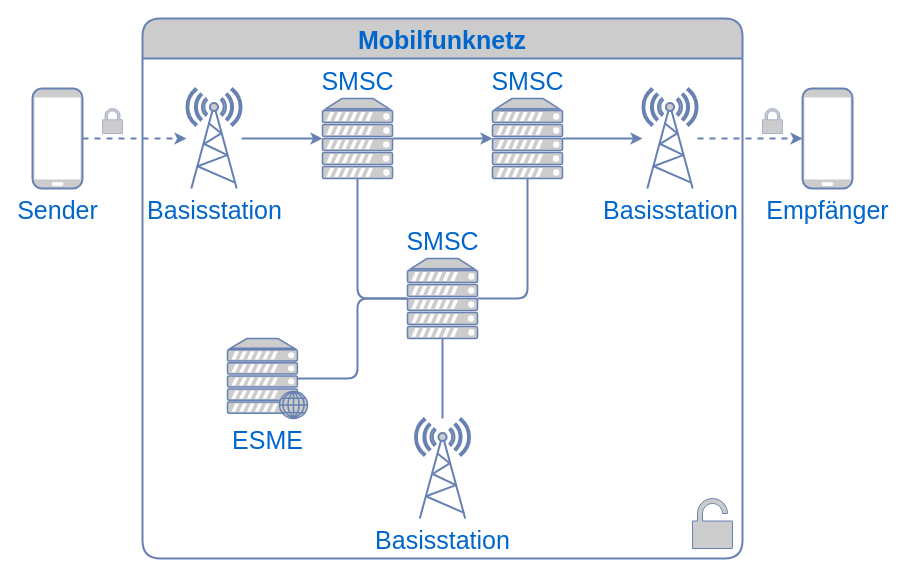
DavidOlbrz/LiteraturSeminarWS24-25 keeps this draw.io diagram as graphics/mobilfunknetz.drawio. Above is the earlier version. Source tidied: cells renumbered, new cells numbered last; positions are measured from the earlier drawing's top-left corner, leaving out a move shared by most shapes. Both pictures are drawn from the tidied source at 100%, with x=0, y=0 at pixel (32, 18).
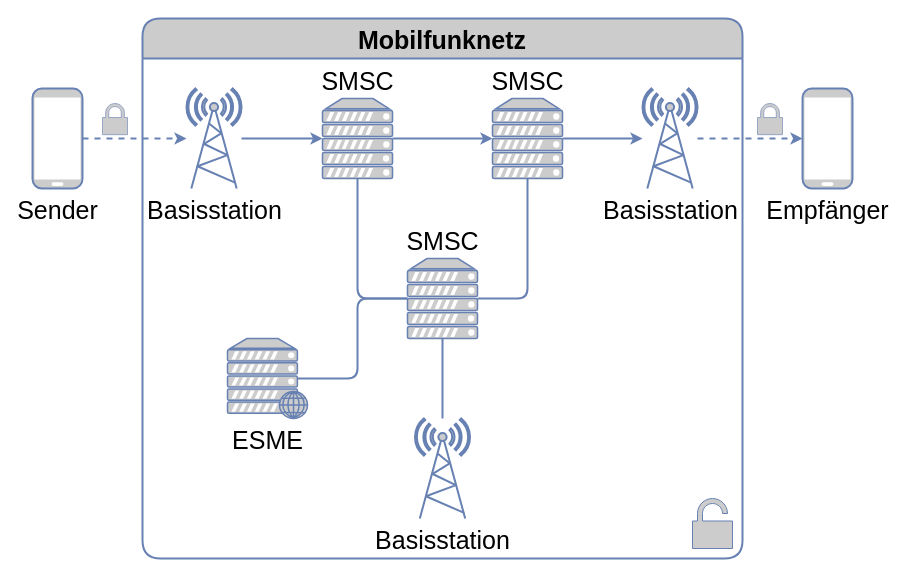
The same diagram, later.

Diff of the diagram source:
```diff
@@
-    <mxCell id="2" value="Mobilfunknetz" style="swimlane;whiteSpace=wrap;html=1;strokeColor=#6881B3;strokeWidth=2;align=center;verticalAlign=top;fontFamily=Helvetica;fontSize=25;fontColor=#0066CC;fillColor=#CCCCCC;gradientColor=none;gradientDirection=north;rounded=1;startSize=40;" parent="1" vertex="1">
+    <mxCell id="2" value="Mobilfunknetz" style="swimlane;whiteSpace=wrap;html=1;strokeColor=#6881B3;strokeWidth=2;align=center;verticalAlign=top;fontFamily=Helvetica;fontSize=25;fontColor=light-dark(#000000,#56AEFF);fillColor=#CCCCCC;gradientColor=none;gradientDirection=north;rounded=1;startSize=40;" parent="1" vertex="1">
       <mxGeometry x="110" width="600" height="540" as="geometry" />
     </mxCell>
@@
-    <mxCell id="4" value="ESME" style="fontColor=#0066CC;verticalAlign=top;verticalLabelPosition=bottom;labelPosition=center;align=center;html=1;outlineConnect=0;fillColor=#CCCCCC;strokeColor=#6881B3;gradientColor=none;gradientDirection=north;strokeWidth=2;shape=mxgraph.networks.web_server;fontSize=25;" parent="2" vertex="1">
+    <mxCell id="4" value="ESME" style="fontColor=light-dark(#000000, #56aeff);verticalAlign=top;verticalLabelPosition=bottom;labelPosition=center;align=center;html=1;outlineConnect=0;fillColor=#CCCCCC;strokeColor=#6881B3;gradientColor=none;gradientDirection=north;strokeWidth=2;shape=mxgraph.networks.web_server;fontSize=25;" parent="2" vertex="1">
       <mxGeometry x="85" y="320" width="80" height="80" as="geometry" />
     </mxCell>
@@
-    <mxCell id="6" value="Sender" style="verticalAlign=top;verticalLabelPosition=bottom;labelPosition=center;align=center;html=1;outlineConnect=0;gradientDirection=north;strokeWidth=2;shape=mxgraph.networks.mobile;labelBackgroundColor=none;strokeColor=#6881B3;fontFamily=Helvetica;fontSize=25;fontColor=#0066CC;fillColor=#CCCCCC;gradientColor=none;rounded=1;" parent="1" vertex="1">
+    <mxCell id="6" value="Sender" style="verticalAlign=top;verticalLabelPosition=bottom;labelPosition=center;align=center;html=1;outlineConnect=0;gradientDirection=north;strokeWidth=2;shape=mxgraph.networks.mobile;labelBackgroundColor=none;strokeColor=#6881B3;fontFamily=Helvetica;fontSize=25;fontColor=light-dark(#000000, #56aeff);fillColor=#CCCCCC;gradientColor=none;rounded=1;" parent="1" vertex="1">
       <mxGeometry y="70" width="50" height="100" as="geometry" />
     </mxCell>
-    <mxCell id="7" value="Empfänger" style="verticalAlign=top;verticalLabelPosition=bottom;labelPosition=center;align=center;html=1;outlineConnect=0;gradientDirection=north;strokeWidth=2;shape=mxgraph.networks.mobile;labelBackgroundColor=none;strokeColor=#6881B3;fontFamily=Helvetica;fontSize=25;fontColor=#0066CC;fillColor=#CCCCCC;gradientColor=none;rounded=1;" parent="1" vertex="1">
+    <mxCell id="7" value="Empfänger" style="verticalAlign=top;verticalLabelPosition=bottom;labelPosition=center;align=center;html=1;outlineConnect=0;gradientDirection=north;strokeWidth=2;shape=mxgraph.networks.mobile;labelBackgroundColor=none;strokeColor=#6881B3;fontFamily=Helvetica;fontSize=25;fontColor=light-dark(#000000, #56aeff);fillColor=#CCCCCC;gradientColor=none;rounded=1;" parent="1" vertex="1">
       <mxGeometry x="770" y="70" width="50" height="100" as="geometry" />
     </mxCell>
-    <mxCell id="8" value="Basisstation" style="verticalAlign=top;verticalLabelPosition=bottom;labelPosition=center;align=center;html=1;outlineConnect=0;gradientDirection=north;strokeWidth=2;shape=mxgraph.networks.radio_tower;labelBackgroundColor=none;strokeColor=#6881B3;fontFamily=Helvetica;fontSize=25;fontColor=#0066CC;fillColor=#CCCCCC;gradientColor=none;rounded=1;" parent="1" vertex="1">
+    <mxCell id="8" value="Basisstation" style="verticalAlign=top;verticalLabelPosition=bottom;labelPosition=center;align=center;html=1;outlineConnect=0;gradientDirection=north;strokeWidth=2;shape=mxgraph.networks.radio_tower;labelBackgroundColor=none;strokeColor=#6881B3;fontFamily=Helvetica;fontSize=25;fontColor=light-dark(#000000, #56aeff);fillColor=#CCCCCC;gradientColor=none;rounded=1;" parent="1" vertex="1">
       <mxGeometry x="154" y="70" width="55" height="100" as="geometry" />
     </mxCell>
-    <mxCell id="9" value="Basisstation" style="verticalAlign=top;verticalLabelPosition=bottom;labelPosition=center;align=center;html=1;outlineConnect=0;gradientDirection=north;strokeWidth=2;shape=mxgraph.networks.radio_tower;labelBackgroundColor=none;strokeColor=#6881B3;fontFamily=Helvetica;fontSize=25;fontColor=#0066CC;fillColor=#CCCCCC;gradientColor=none;rounded=1;" parent="1" vertex="1">
+    <mxCell id="9" value="Basisstation" style="verticalAlign=top;verticalLabelPosition=bottom;labelPosition=center;align=center;html=1;outlineConnect=0;gradientDirection=north;strokeWidth=2;shape=mxgraph.networks.radio_tower;labelBackgroundColor=none;strokeColor=#6881B3;fontFamily=Helvetica;fontSize=25;fontColor=light-dark(#000000, #56aeff);fillColor=#CCCCCC;gradientColor=none;rounded=1;" parent="1" vertex="1">
       <mxGeometry x="610" y="70" width="55" height="100" as="geometry" />
     </mxCell>
-    <mxCell id="10" value="SMSC" style="verticalAlign=bottom;verticalLabelPosition=top;labelPosition=center;align=center;html=1;outlineConnect=0;gradientDirection=north;strokeWidth=2;shape=mxgraph.networks.server;labelBackgroundColor=none;strokeColor=#6881B3;fontFamily=Helvetica;fontSize=25;fontColor=#0066CC;fillColor=#CCCCCC;gradientColor=none;rounded=1;" parent="1" vertex="1">
+    <mxCell id="10" value="SMSC" style="verticalAlign=bottom;verticalLabelPosition=top;labelPosition=center;align=center;html=1;outlineConnect=0;gradientDirection=north;strokeWidth=2;shape=mxgraph.networks.server;labelBackgroundColor=none;strokeColor=#6881B3;fontFamily=Helvetica;fontSize=25;fontColor=light-dark(#000000, #56aeff);fillColor=#CCCCCC;gradientColor=none;rounded=1;" parent="1" vertex="1">
       <mxGeometry x="290" y="80" width="70" height="80" as="geometry" />
     </mxCell>
@@
-    <mxCell id="12" value="SMSC" style="verticalAlign=bottom;verticalLabelPosition=top;labelPosition=center;align=center;html=1;outlineConnect=0;gradientDirection=north;strokeWidth=2;shape=mxgraph.networks.server;labelBackgroundColor=none;strokeColor=#6881B3;fontFamily=Helvetica;fontSize=25;fontColor=#0066CC;fillColor=#CCCCCC;gradientColor=none;rounded=1;" parent="1" vertex="1">
+    <mxCell id="12" value="SMSC" style="verticalAlign=bottom;verticalLabelPosition=top;labelPosition=center;align=center;html=1;outlineConnect=0;gradientDirection=north;strokeWidth=2;shape=mxgraph.networks.server;labelBackgroundColor=none;strokeColor=#6881B3;fontFamily=Helvetica;fontSize=25;fontColor=light-dark(#000000, #56aeff);fillColor=#CCCCCC;gradientColor=none;rounded=1;" parent="1" vertex="1">
       <mxGeometry x="460" y="80" width="70" height="80" as="geometry" />
     </mxCell>
-    <mxCell id="13" value="Basisstation" style="verticalAlign=top;verticalLabelPosition=bottom;labelPosition=center;align=center;html=1;outlineConnect=0;gradientDirection=north;strokeWidth=2;shape=mxgraph.networks.radio_tower;labelBackgroundColor=none;strokeColor=#6881B3;fontFamily=Helvetica;fontSize=25;fontColor=#0066CC;fillColor=#CCCCCC;gradientColor=none;rounded=1;" parent="1" vertex="1">
+    <mxCell id="13" value="Basisstation" style="verticalAlign=top;verticalLabelPosition=bottom;labelPosition=center;align=center;html=1;outlineConnect=0;gradientDirection=north;strokeWidth=2;shape=mxgraph.networks.radio_tower;labelBackgroundColor=none;strokeColor=#6881B3;fontFamily=Helvetica;fontSize=25;fontColor=light-dark(#000000, #56aeff);fillColor=#CCCCCC;gradientColor=none;rounded=1;" parent="1" vertex="1">
       <mxGeometry x="382.5" y="400" width="55" height="100" as="geometry" />
     </mxCell>
@@
-    <mxCell id="15" value="SMSC" style="verticalAlign=bottom;verticalLabelPosition=top;labelPosition=center;align=center;html=1;outlineConnect=0;gradientDirection=north;strokeWidth=2;shape=mxgraph.networks.server;labelBackgroundColor=none;strokeColor=#6881B3;fontFamily=Helvetica;fontSize=25;fontColor=#0066CC;fillColor=#CCCCCC;gradientColor=none;rounded=1;" parent="1" vertex="1">
+    <mxCell id="15" value="SMSC" style="verticalAlign=bottom;verticalLabelPosition=top;labelPosition=center;align=center;html=1;outlineConnect=0;gradientDirection=north;strokeWidth=2;shape=mxgraph.networks.server;labelBackgroundColor=none;strokeColor=#6881B3;fontFamily=Helvetica;fontSize=25;fontColor=light-dark(#000000, #56aeff);fillColor=#CCCCCC;gradientColor=none;rounded=1;" parent="1" vertex="1">
       <mxGeometry x="375" y="240" width="70" height="80" as="geometry" />
     </mxCell>
@@
     <mxCell id="21" style="verticalAlign=top;verticalLabelPosition=bottom;labelPosition=center;align=center;html=1;gradientDirection=north;strokeWidth=2;shape=mxgraph.networks.secured;fillColor=#CCCCCC;strokeColor=#6881B3;fontFamily=Helvetica;fontSize=12;fontColor=#0066CC;gradientColor=none;rounded=1;" parent="1" vertex="1">
-      <mxGeometry x="70" y="90" width="20" height="25" as="geometry" />
+      <mxGeometry x="70" y="85" width="25" height="31.2" as="geometry" />
     </mxCell>
     <mxCell id="22" style="verticalAlign=top;verticalLabelPosition=bottom;labelPosition=center;align=center;html=1;gradientDirection=north;strokeWidth=2;shape=mxgraph.networks.secured;fillColor=#CCCCCC;strokeColor=#6881B3;fontFamily=Helvetica;fontSize=12;fontColor=#0066CC;gradientColor=none;rounded=1;" parent="1" vertex="1">
-      <mxGeometry x="730" y="90" width="20" height="25" as="geometry" />
+      <mxGeometry x="725" y="85" width="25" height="31.2" as="geometry" />
     </mxCell>
```
